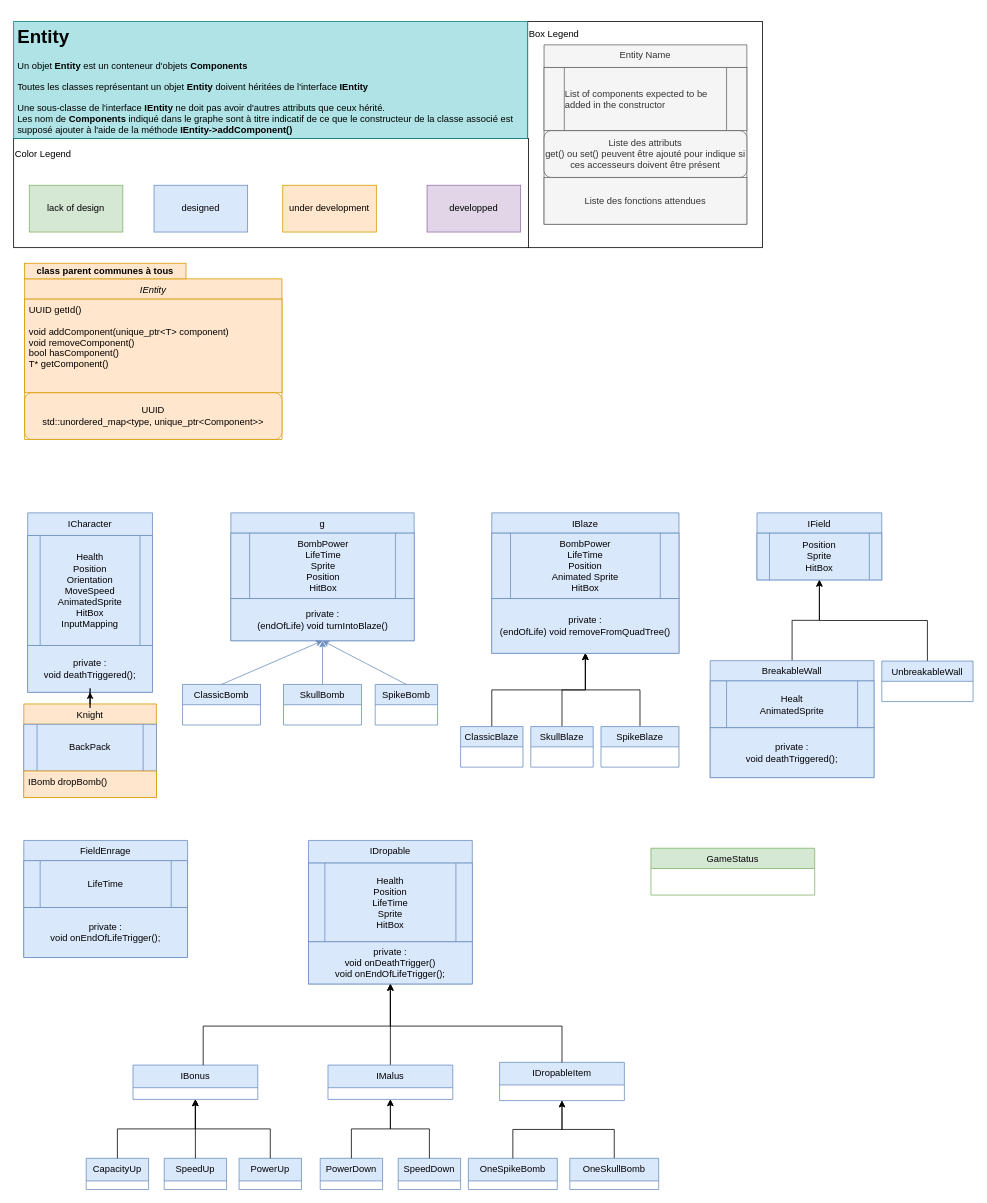
This is page "Entity" (1 of 6) of doc/UMLGeneralFramework.drawio from Kragoum/BomberKnight, a draw.io file, before an edit. Source tidied: cells renumbered, new cells numbered last; positions are measured from the earlier drawing's top-left corner, leaving out a move shared by most shapes. Both pictures are drawn from the tidied source at 78%, with x=0, y=0 at pixel (13, 21).
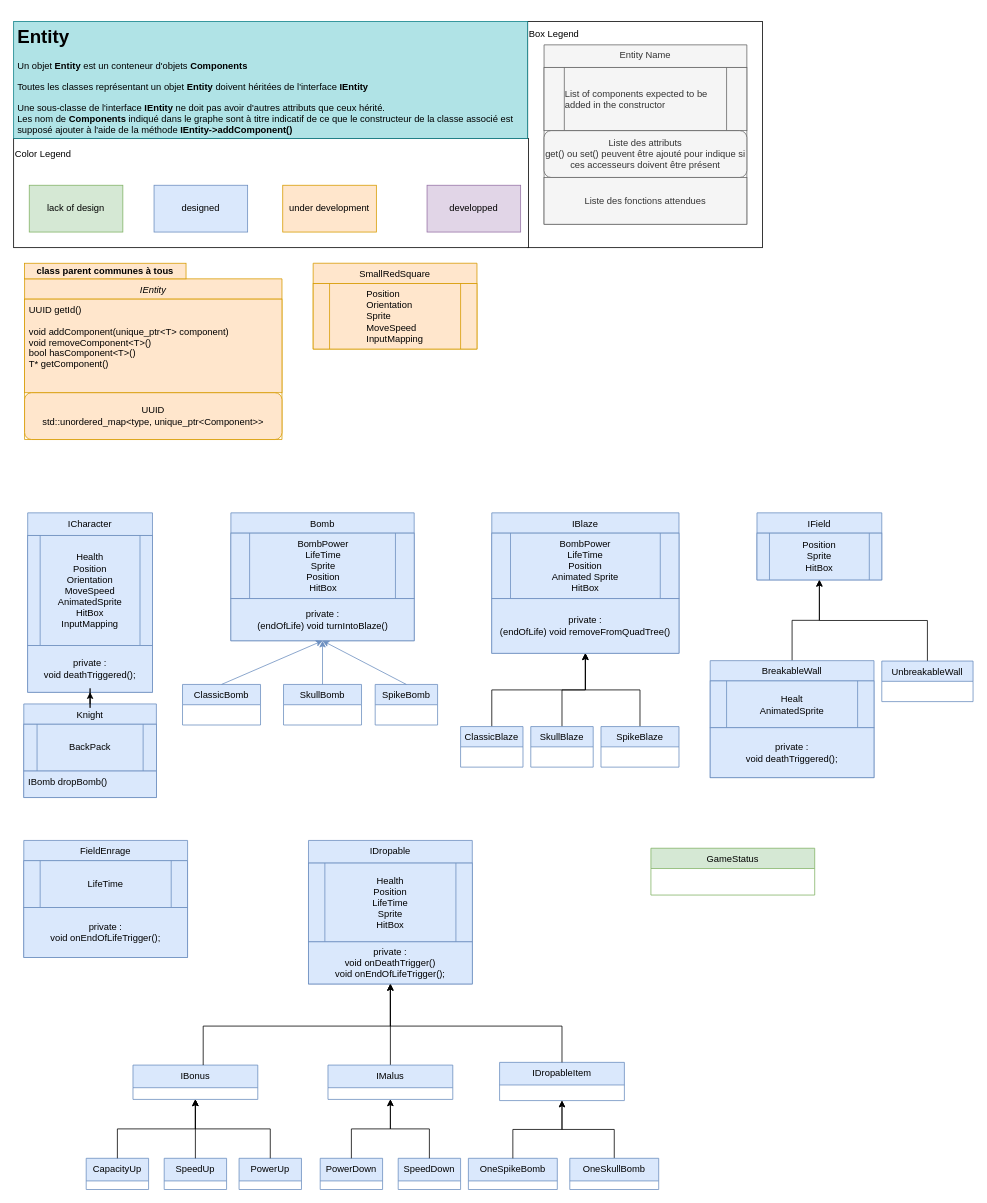
After the change.

Unchanged cells that the change refers to:
```xml
<mxCell id="3" value="IEntity" style="swimlane;fontStyle=2;align=center;verticalAlign=top;horizontal=1;startSize=26;rounded=0;shadow=0;strokeWidth=1;fillColor=#ffe6cc;strokeColor=#d79b00;" parent="1" vertex="1">
  <mxGeometry x="14" y="330" width="330" height="206" as="geometry" />
</mxCell>
<mxCell id="21" style="group;" parent="1" vertex="1">
  <mxGeometry x="216.5" y="630" width="327" height="272" as="geometry" />
</mxCell>
<mxCell id="31" style="group;" parent="1" vertex="1">
  <mxGeometry x="13" y="630" width="170" height="365" as="geometry" />
</mxCell>
```

Change to the diagram source:
```diff
@@
-    <mxCell id="4" value="UUID getId()&#10;&#10;void addComponent(unique_ptr&lt;T&gt; component)&#10;void removeComponent()&#10;bool hasComponent()&#10;T* getComponent()&#10;&#10;&#10;" style="text;align=left;verticalAlign=top;spacingLeft=4;spacingRight=4;overflow=hidden;strokeColor=#d79b00;fillColor=#ffe6cc;" parent="3" vertex="1">
+    <mxCell id="4" value="UUID getId()&#10;&#10;void addComponent(unique_ptr&lt;T&gt; component)&#10;void removeComponent&lt;T&gt;()&#10;bool hasComponent&lt;T&gt;()&#10;T* getComponent()&#10;&#10;&#10;" style="text;align=left;verticalAlign=top;spacingLeft=4;spacingRight=4;overflow=hidden;strokeColor=#d79b00;fillColor=#ffe6cc;" parent="3" vertex="1">
       <mxGeometry y="26" width="330" height="120" as="geometry" />
     </mxCell>
@@
-    <mxCell id="22" value="g" style="swimlane;fontStyle=0;align=center;verticalAlign=top;horizontal=1;startSize=26;rounded=0;shadow=0;strokeWidth=1;fillColor=#dae8fc;strokeColor=#6c8ebf;" parent="21" vertex="1">
+    <mxCell id="22" value="Bomb" style="swimlane;fontStyle=0;align=center;verticalAlign=top;horizontal=1;startSize=26;rounded=0;shadow=0;strokeWidth=1;fillColor=#dae8fc;strokeColor=#6c8ebf;" parent="21" vertex="1">
       <mxGeometry x="62" width="235" height="164" as="geometry" />
     </mxCell>
@@
-    <mxCell id="32" value="Knight" style="swimlane;fontStyle=0;align=center;verticalAlign=top;horizontal=1;startSize=26;rounded=0;shadow=0;strokeWidth=1;fillColor=#ffe6cc;strokeColor=#d79b00;" parent="31" vertex="1">
+    <mxCell id="32" value="Knight" style="swimlane;fontStyle=0;align=center;verticalAlign=top;horizontal=1;startSize=26;rounded=0;shadow=0;strokeWidth=1;fillColor=#dae8fc;strokeColor=#6c8ebf;" parent="31" vertex="1">
       <mxGeometry y="245" width="170" height="120" as="geometry" />
     </mxCell>
@@
-    <mxCell id="34" value="IBomb dropBomb()" style="text;align=left;verticalAlign=top;spacingLeft=4;spacingRight=4;overflow=hidden;fillColor=#ffe6cc;strokeColor=#d79b00;" parent="32" vertex="1">
+    <mxCell id="34" value="IBomb dropBomb()" style="text;align=left;verticalAlign=top;spacingLeft=4;spacingRight=4;overflow=hidden;fillColor=#dae8fc;strokeColor=#6c8ebf;" parent="32" vertex="1">
       <mxGeometry y="86" width="170" height="34" as="geometry" />
     </mxCell>
@@
+    <mxCell id="83" value="SmallRedSquare" style="swimlane;fontStyle=0;align=center;verticalAlign=top;horizontal=1;startSize=26;rounded=0;shadow=0;strokeWidth=1;fillColor=#ffe6cc;strokeColor=#d79b00;" parent="1" vertex="1">
+      <mxGeometry x="384" y="310" width="210" height="110" as="geometry" />
+    </mxCell>
+    <mxCell id="84" value="&lt;div style=&quot;text-align: left;&quot;&gt;&lt;span style=&quot;background-color: initial;&quot;&gt;Position&lt;/span&gt;&lt;/div&gt;&lt;div style=&quot;text-align: left;&quot;&gt;&lt;span style=&quot;background-color: initial;&quot;&gt;Orientation&lt;/span&gt;&lt;/div&gt;&lt;div style=&quot;text-align: left;&quot;&gt;Sprite&lt;/div&gt;&lt;div style=&quot;text-align: left;&quot;&gt;&lt;span style=&quot;text-align: center;&quot;&gt;MoveSpeed&lt;/span&gt;&lt;br&gt;&lt;/div&gt;&lt;div style=&quot;text-align: left;&quot;&gt;&lt;span style=&quot;text-align: center;&quot;&gt;InputMapping&lt;/span&gt;&lt;span style=&quot;text-align: center;&quot;&gt;&lt;br&gt;&lt;/span&gt;&lt;/div&gt;" style="shape=process;whiteSpace=wrap;html=1;backgroundOutline=1;labelBackgroundColor=none;fillColor=#ffe6cc;strokeColor=#d79b00;" parent="83" vertex="1">
+      <mxGeometry y="26" width="210" height="84" as="geometry" />
+    </mxCell>
```
